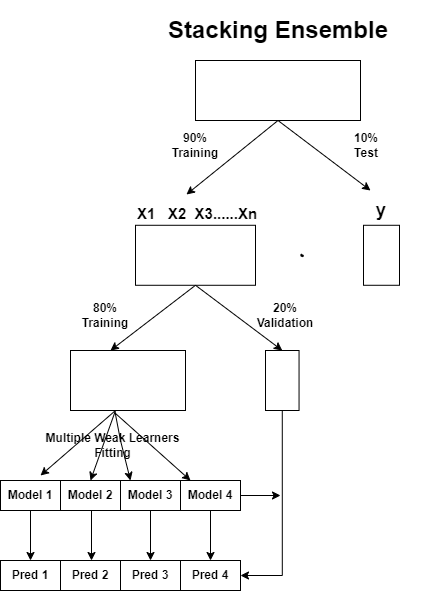
This is Working of Manual Stacking Ensemble.drawio.png from PBPatil/Stacking_ensemble, a draw.io export, as it was before one commit. Source tidied: cells renumbered, new cells last; positions are measured from the earlier drawing's top-left corner, leaving out a move shared by most shapes.
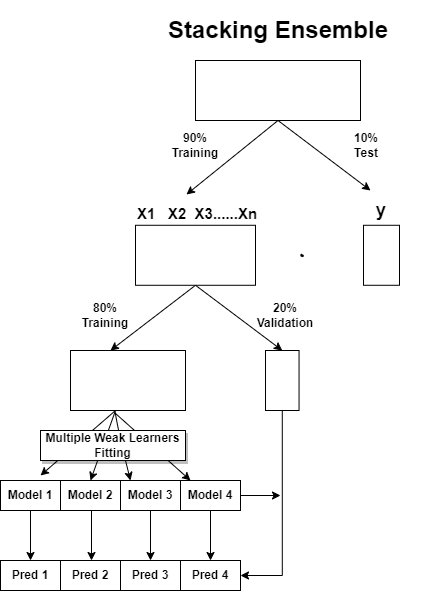
After the commit.

Diff of the diagram source:
```diff
@@ -129,7 +129,7 @@
     <mxCell id="36" style="edgeStyle=orthogonalEdgeStyle;rounded=0;jettySize=auto;html=1;exitX=0.5;exitY=1;exitDx=0;exitDy=0;entryX=0.5;entryY=0;entryDx=0;entryDy=0;" parent="1" edge="1" source="27" target="33">
       <mxGeometry relative="1" as="geometry" />
     </mxCell>
-    <mxCell id="37" value="&lt;b&gt;&lt;font style=&quot;font-size: 12px;&quot;&gt;Multiple Weak Learners Fitting&lt;/font&gt;&lt;/b&gt;" style="text;strokeColor=none;align=center;fillColor=none;html=1;verticalAlign=middle;whiteSpace=wrap;rounded=0;" parent="1" vertex="1">
+    <mxCell id="37" value="&lt;b&gt;&lt;font style=&quot;font-size: 12px;&quot;&gt;Multiple Weak Learners Fitting&lt;/font&gt;&lt;/b&gt;" style="text;strokeColor=default;align=center;fillColor=default;html=1;verticalAlign=middle;whiteSpace=wrap;rounded=0;shadow=1;" parent="1" vertex="1">
       <mxGeometry x="40" y="410" width="145" height="30" as="geometry" />
     </mxCell>
   </root>
```
